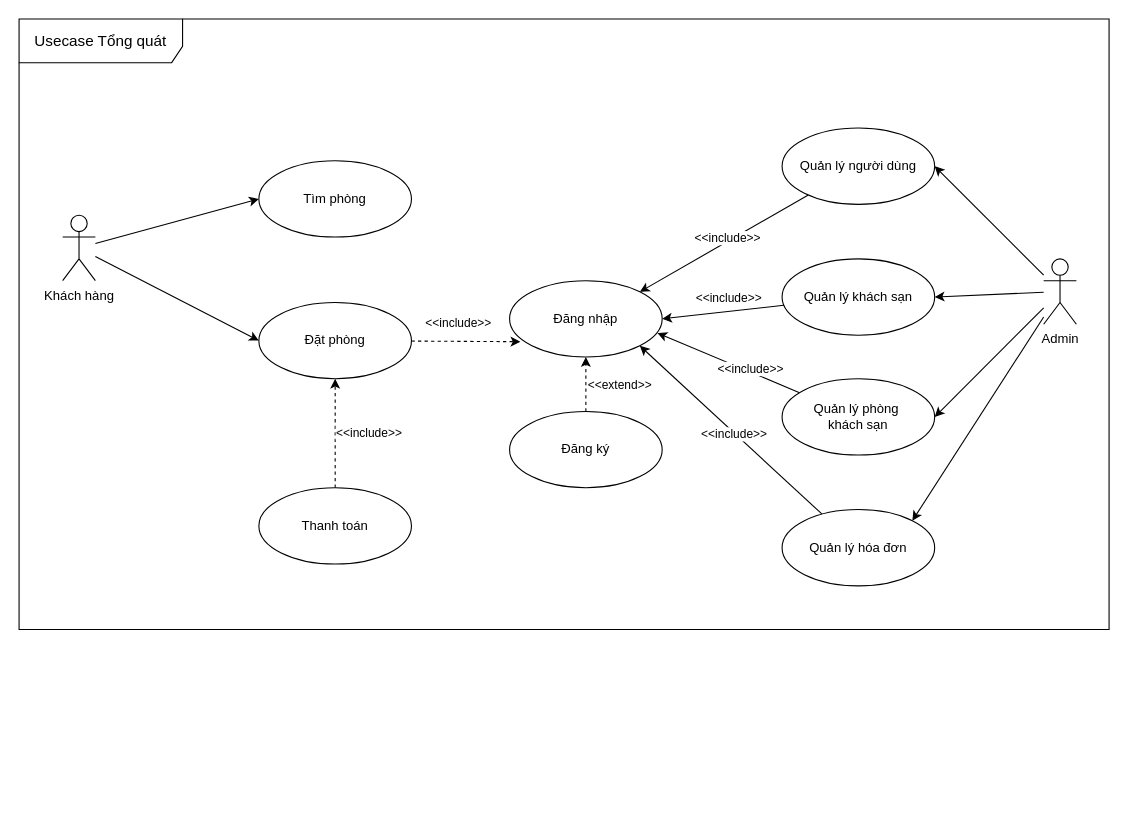
The draw.io diagram page "UCTQ" (1 of 2) of usecase-diagrams.drawio in KMA-TTCS-Nhom32/documents, before the edit. Source tidied: cells renumbered, new cells numbered last; positions are measured from the earlier drawing's top-left corner, leaving out a move shared by most shapes. Both pictures are drawn from the tidied source at 109%, with x=0, y=0 at pixel (19, 19).
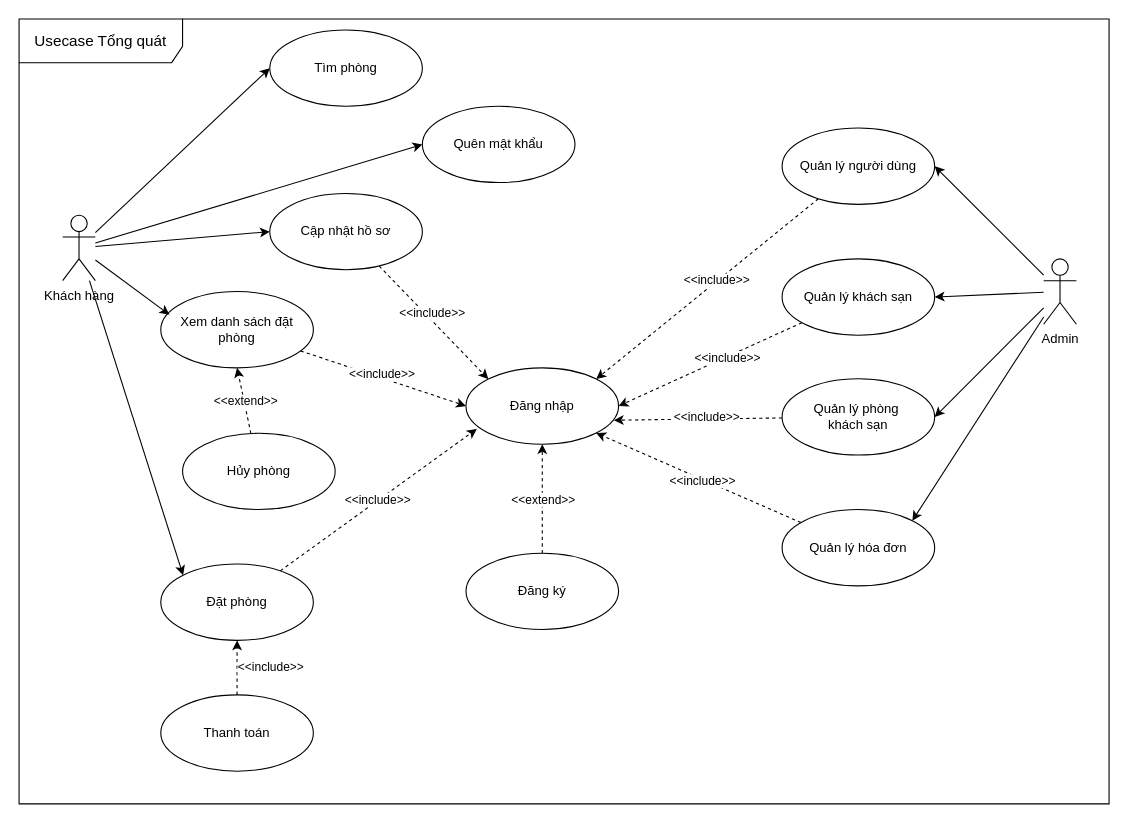
After the change.

Commit message (it also covers changes not shown here):
update general usecase

The change refers to these unchanged cells:
```xml
<mxCell id="5" value="Khách hàng" style="shape=umlActor;verticalLabelPosition=bottom;verticalAlign=top;html=1;" parent="1" vertex="1">
  <mxGeometry x="40" y="180" width="30" height="60" as="geometry" />
</mxCell>
<mxCell id="8" style="edgeStyle=orthogonalEdgeStyle;rounded=0;jettySize=auto;html=1;entryX=0.5;entryY=1;entryDx=0;entryDy=0;dashed=1;" parent="1" edge="1" source="10" target="7">
  <mxGeometry relative="1" as="geometry" />
</mxCell>
<mxCell id="14" style="rounded=0;jettySize=auto;html=1;entryX=0.071;entryY=0.8;entryDx=0;entryDy=0;entryPerimeter=0;dashed=1;" parent="1" edge="1" source="6" target="7">
  <mxGeometry relative="1" as="geometry" />
</mxCell>
<mxCell id="23" value="Quản lý khách sạn" style="ellipse;whiteSpace=wrap;html=1;" parent="1" vertex="1">
  <mxGeometry x="700" y="220" width="140" height="70" as="geometry" />
</mxCell>
<mxCell id="26" value="Quản lý người dùng" style="ellipse;whiteSpace=wrap;html=1;" parent="1" vertex="1">
  <mxGeometry x="700" y="100" width="140" height="70" as="geometry" />
</mxCell>
<mxCell id="27" value="Quản lý phòng&amp;nbsp;&lt;div&gt;khách sạn&lt;/div&gt;" style="ellipse;whiteSpace=wrap;html=1;" parent="1" vertex="1">
  <mxGeometry x="700" y="330" width="140" height="70" as="geometry" />
</mxCell>
<mxCell id="30" value="Quản lý hóa đơn" style="ellipse;whiteSpace=wrap;html=1;" parent="1" vertex="1">
  <mxGeometry x="700" y="450" width="140" height="70" as="geometry" />
</mxCell>
```

Change to the diagram source:
```diff
@@
     <mxCell id="2" value="Tìm phòng" style="ellipse;whiteSpace=wrap;html=1;" parent="1" vertex="1">
-      <mxGeometry x="220" y="130" width="140" height="70" as="geometry" />
+      <mxGeometry x="230" y="10" width="140" height="70" as="geometry" />
     </mxCell>
@@
-    <mxCell id="4" style="rounded=0;jettySize=auto;html=1;entryX=0;entryY=0.5;entryDx=0;entryDy=0;" parent="1" edge="1" source="5" target="6">
+    <mxCell id="4" style="rounded=0;jettySize=auto;html=1;entryX=0;entryY=0;entryDx=0;entryDy=0;" parent="1" edge="1" source="5" target="6">
       <mxGeometry relative="1" as="geometry" />
     </mxCell>
+    <mxCell id="34" style="rounded=0;jettySize=auto;html=1;entryX=0;entryY=0.5;entryDx=0;entryDy=0;" parent="1" edge="1" source="5" target="39">
+      <mxGeometry relative="1" as="geometry" />
+    </mxCell>
@@
     <mxCell id="6" value="Đặt phòng" style="ellipse;whiteSpace=wrap;html=1;" parent="1" vertex="1">
-      <mxGeometry x="220" y="260" width="140" height="70" as="geometry" />
+      <mxGeometry x="130" y="500" width="140" height="70" as="geometry" />
     </mxCell>
     <mxCell id="7" value="Đăng nhập" style="ellipse;whiteSpace=wrap;html=1;" parent="1" vertex="1">
-      <mxGeometry x="450" y="240" width="140" height="70" as="geometry" />
+      <mxGeometry x="410" y="320" width="140" height="70" as="geometry" />
     </mxCell>
@@
     <mxCell id="9" value="&amp;lt;&amp;lt;extend&amp;gt;&amp;gt;" style="edgeLabel;html=1;align=center;verticalAlign=middle;" parent="8" vertex="1">
-      <mxGeometry x="-0.01" relative="1" as="geometry">
-        <mxPoint x="30" as="offset" />
-      </mxGeometry>
+      <mxGeometry x="-0.01" relative="1" as="geometry" />
     </mxCell>
     <mxCell id="10" value="Đăng ký" style="ellipse;whiteSpace=wrap;html=1;" parent="1" vertex="1">
-      <mxGeometry x="450" y="360" width="140" height="70" as="geometry" />
+      <mxGeometry x="410" y="490" width="140" height="70" as="geometry" />
     </mxCell>
@@
     <mxCell id="13" value="Thanh toán" style="ellipse;whiteSpace=wrap;html=1;" parent="1" vertex="1">
-      <mxGeometry x="220" y="430" width="140" height="70" as="geometry" />
+      <mxGeometry x="130" y="620" width="140" height="70" as="geometry" />
     </mxCell>
@@
     <mxCell id="15" value="&amp;lt;&amp;lt;include&amp;gt;&amp;gt;" style="edgeLabel;html=1;align=center;verticalAlign=middle;" parent="14" vertex="1">
       <mxGeometry x="0.14" relative="1" as="geometry">
-        <mxPoint x="-14" y="-17" as="offset" />
+        <mxPoint x="-14" y="9" as="offset" />
       </mxGeometry>
     </mxCell>
@@
-    <mxCell id="21" style="rounded=0;jettySize=auto;html=1;entryX=1;entryY=0.5;entryDx=0;entryDy=0;" parent="1" edge="1" source="23" target="7">
+    <mxCell id="21" style="rounded=0;jettySize=auto;html=1;entryX=1;entryY=0.5;entryDx=0;entryDy=0;dashed=1;" parent="1" edge="1" source="23" target="7">
       <mxGeometry relative="1" as="geometry" />
     </mxCell>
     <mxCell id="22" value="&amp;lt;&amp;lt;include&amp;gt;&amp;gt;" style="edgeLabel;html=1;align=center;verticalAlign=middle;" parent="21" vertex="1">
       <mxGeometry x="-0.1" y="-4" relative="1" as="geometry">
-        <mxPoint y="-9" as="offset" />
+        <mxPoint x="9" y="1" as="offset" />
       </mxGeometry>
     </mxCell>
@@
-    <mxCell id="24" style="rounded=0;jettySize=auto;html=1;entryX=1;entryY=0;entryDx=0;entryDy=0;" parent="1" edge="1" source="26" target="7">
+    <mxCell id="24" style="rounded=0;jettySize=auto;html=1;entryX=1;entryY=0;entryDx=0;entryDy=0;dashed=1;" parent="1" edge="1" source="26" target="7">
       <mxGeometry relative="1" as="geometry" />
     </mxCell>
     <mxCell id="25" value="&amp;lt;&amp;lt;include&amp;gt;&amp;gt;" style="edgeLabel;html=1;align=center;verticalAlign=middle;" parent="24" vertex="1">
-      <mxGeometry x="-0.06" y="-3" relative="1" as="geometry" />
+      <mxGeometry x="-0.06" y="-3" relative="1" as="geometry">
+        <mxPoint x="4" as="offset" />
+      </mxGeometry>
     </mxCell>
@@
-    <mxCell id="28" style="rounded=0;jettySize=auto;html=1;entryX=1;entryY=1;entryDx=0;entryDy=0;" parent="1" edge="1" source="30" target="7">
+    <mxCell id="28" style="rounded=0;jettySize=auto;html=1;entryX=1;entryY=1;entryDx=0;entryDy=0;dashed=1;" parent="1" edge="1" source="30" target="7">
       <mxGeometry relative="1" as="geometry" />
     </mxCell>
@@
-    <mxCell id="31" style="rounded=0;jettySize=auto;html=1;entryX=0.969;entryY=0.686;entryDx=0;entryDy=0;entryPerimeter=0;" parent="1" edge="1" source="27" target="7">
+    <mxCell id="31" style="rounded=0;jettySize=auto;html=1;entryX=0.969;entryY=0.686;entryDx=0;entryDy=0;entryPerimeter=0;dashed=1;" parent="1" edge="1" source="27" target="7">
       <mxGeometry relative="1" as="geometry" />
     </mxCell>
     <mxCell id="32" value="&amp;lt;&amp;lt;include&amp;gt;&amp;gt;" style="edgeLabel;html=1;align=center;verticalAlign=middle;" parent="31" vertex="1">
       <mxGeometry x="-0.07" relative="1" as="geometry">
-        <mxPoint x="15" y="3" as="offset" />
+        <mxPoint x="2" y="-2" as="offset" />
       </mxGeometry>
     </mxCell>
     <mxCell id="33" value="&lt;font style=&quot;font-size: 14px;&quot;&gt;Usecase Tổng quát&lt;/font&gt;" style="shape=umlFrame;whiteSpace=wrap;html=1;width=150;height=40;" parent="1" vertex="1">
-      <mxGeometry width="1000" height="560" as="geometry" />
+      <mxGeometry width="1000" height="720" as="geometry" />
     </mxCell>
+    <mxCell id="35" style="rounded=0;jettySize=auto;html=1;entryX=0;entryY=0;entryDx=0;entryDy=0;dashed=1;" parent="1" edge="1" source="37" target="7">
+      <mxGeometry relative="1" as="geometry" />
+    </mxCell>
+    <mxCell id="36" value="&amp;lt;&amp;lt;include&amp;gt;&amp;gt;" style="edgeLabel;html=1;align=center;verticalAlign=middle;" parent="35" vertex="1">
+      <mxGeometry x="0.01" y="2" relative="1" as="geometry">
+        <mxPoint x="-4" y="-8" as="offset" />
+      </mxGeometry>
+    </mxCell>
+    <mxCell id="37" value="Cập nhật hồ sơ" style="ellipse;whiteSpace=wrap;html=1;" parent="1" vertex="1">
+      <mxGeometry x="230" y="160" width="140" height="70" as="geometry" />
+    </mxCell>
+    <mxCell id="38" style="rounded=0;jettySize=auto;html=1;entryX=0;entryY=0.5;entryDx=0;entryDy=0;" parent="1" edge="1" source="5" target="37">
+      <mxGeometry relative="1" as="geometry" />
+    </mxCell>
+    <mxCell id="39" value="Quên mật khẩu" style="ellipse;whiteSpace=wrap;html=1;" parent="1" vertex="1">
+      <mxGeometry x="370" y="80" width="140" height="70" as="geometry" />
+    </mxCell>
+    <mxCell id="40" style="rounded=0;jettySize=auto;html=1;entryX=0;entryY=0.5;entryDx=0;entryDy=0;dashed=1;" parent="1" edge="1" source="42" target="7">
+      <mxGeometry relative="1" as="geometry" />
+    </mxCell>
+    <mxCell id="41" value="&amp;lt;&amp;lt;include&amp;gt;&amp;gt;" style="edgeLabel;html=1;align=center;verticalAlign=middle;" parent="40" vertex="1">
+      <mxGeometry x="-0.04" y="3" relative="1" as="geometry" />
+    </mxCell>
+    <mxCell id="42" value="Xem danh sách đặt phòng" style="ellipse;whiteSpace=wrap;html=1;" parent="1" vertex="1">
+      <mxGeometry x="130" y="250" width="140" height="70" as="geometry" />
+    </mxCell>
+    <mxCell id="43" style="rounded=0;jettySize=auto;html=1;entryX=0.057;entryY=0.303;entryDx=0;entryDy=0;entryPerimeter=0;" parent="1" edge="1" source="5" target="42">
+      <mxGeometry relative="1" as="geometry" />
+    </mxCell>
+    <mxCell id="44" style="rounded=0;jettySize=auto;html=1;entryX=0.5;entryY=1;entryDx=0;entryDy=0;dashed=1;" parent="1" edge="1" source="46" target="42">
+      <mxGeometry relative="1" as="geometry" />
+    </mxCell>
+    <mxCell id="45" value="&amp;lt;&amp;lt;extend&amp;gt;&amp;gt;" style="edgeLabel;html=1;align=center;verticalAlign=middle;" parent="44" vertex="1">
+      <mxGeometry x="-0.02" y="-1" relative="1" as="geometry" />
+    </mxCell>
+    <mxCell id="46" value="Hủy phòng" style="ellipse;whiteSpace=wrap;html=1;" parent="1" vertex="1">
+      <mxGeometry x="150" y="380" width="140" height="70" as="geometry" />
+    </mxCell>
```
